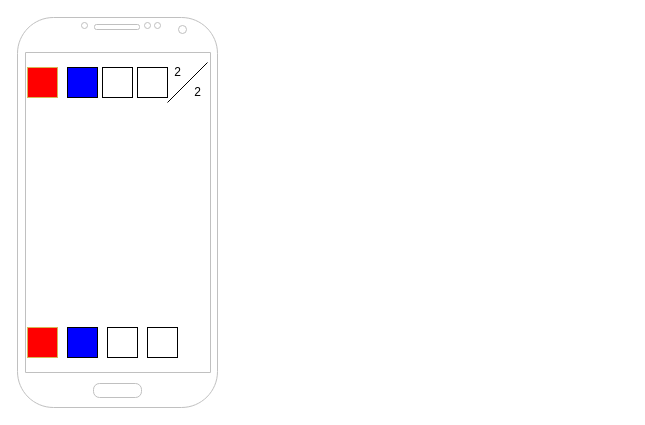
Before: docs/work/wireframe.drawio in rfrech/codebreaker-android, a draw.io diagram. Source tidied: cells renumbered, new cells numbered last; positions are measured from the earlier drawing's top-left corner, leaving out a move shared by most shapes. Both pictures are drawn from the tidied source at 100%, with x=0, y=0 at pixel (17, 17).
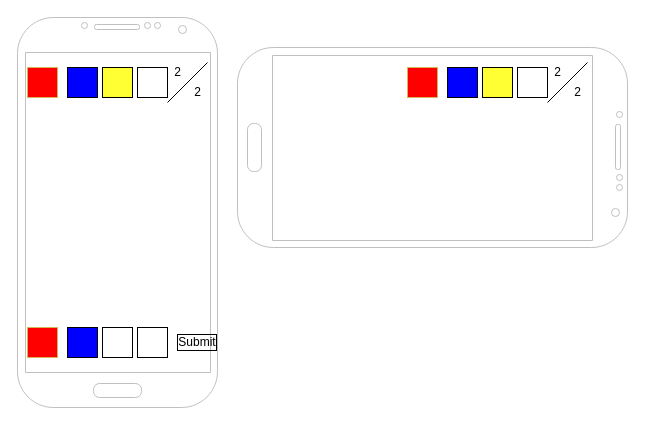
After the change.

What changed in the source:
```diff
@@
     <mxCell id="5" style="rounded=0;whiteSpace=wrap;html=1;" parent="1" vertex="1">
-      <mxGeometry x="90" y="310" width="30" height="30" as="geometry" />
+      <mxGeometry x="85" y="310" width="30" height="30" as="geometry" />
     </mxCell>
     <mxCell id="6" style="rounded=0;whiteSpace=wrap;html=1;" parent="1" vertex="1">
-      <mxGeometry x="130" y="310" width="30" height="30" as="geometry" />
+      <mxGeometry x="120" y="310" width="30" height="30" as="geometry" />
     </mxCell>
@@
-    <mxCell id="9" style="rounded=0;whiteSpace=wrap;html=1;" parent="1" vertex="1">
+    <mxCell id="9" style="rounded=0;whiteSpace=wrap;html=1;fillColor=#FFFF33;" parent="1" vertex="1">
       <mxGeometry x="85" y="50" width="30" height="30" as="geometry" />
     </mxCell>
@@
+    <mxCell id="14" value="Submit" style="text;html=1;strokeColor=none;fillColor=none;align=center;verticalAlign=middle;whiteSpace=wrap;rounded=0;strokeWidth=1;perimeterSpacing=0;labelBorderColor=#000000;" parent="1" vertex="1">
+      <mxGeometry x="160" y="315" width="40" height="20" as="geometry" />
+    </mxCell>
+    <mxCell id="15" style="verticalLabelPosition=bottom;verticalAlign=top;html=1;shadow=0;dashed=0;strokeWidth=1;shape=mxgraph.android.phone2;strokeColor=#c0c0c0;direction=south;" parent="1" vertex="1">
+      <mxGeometry x="220" y="30" width="390" height="200" as="geometry" />
+    </mxCell>
+    <mxCell id="16" style="rounded=0;whiteSpace=wrap;html=1;strokeColor=#d6b656;fillColor=#FF0000;" parent="1" vertex="1">
+      <mxGeometry x="390" y="50" width="30" height="30" as="geometry" />
+    </mxCell>
+    <mxCell id="17" style="rounded=0;whiteSpace=wrap;html=1;fillColor=#0000FF;" parent="1" vertex="1">
+      <mxGeometry x="430" y="50" width="30" height="30" as="geometry" />
+    </mxCell>
+    <mxCell id="18" style="rounded=0;whiteSpace=wrap;html=1;fillColor=#FFFF33;" parent="1" vertex="1">
+      <mxGeometry x="465" y="50" width="30" height="30" as="geometry" />
+    </mxCell>
+    <mxCell id="19" style="rounded=0;whiteSpace=wrap;html=1;" parent="1" vertex="1">
+      <mxGeometry x="500" y="50" width="30" height="30" as="geometry" />
+    </mxCell>
+    <mxCell id="20" style="endArrow=none;html=1;" parent="1" edge="1">
+      <mxGeometry relative="1" as="geometry">
+        <mxPoint x="530" y="85" as="sourcePoint" />
+        <mxPoint x="570" y="45" as="targetPoint" />
+      </mxGeometry>
+    </mxCell>
+    <mxCell id="21" value="2" style="text;html=1;align=center;verticalAlign=middle;" parent="1" vertex="1">
+      <mxGeometry x="530" y="45" width="20" height="20" as="geometry" />
+    </mxCell>
+    <mxCell id="22" value="2" style="text;html=1;align=center;verticalAlign=middle;" parent="1" vertex="1">
+      <mxGeometry x="550" y="65" width="20" height="20" as="geometry" />
+    </mxCell>
```
